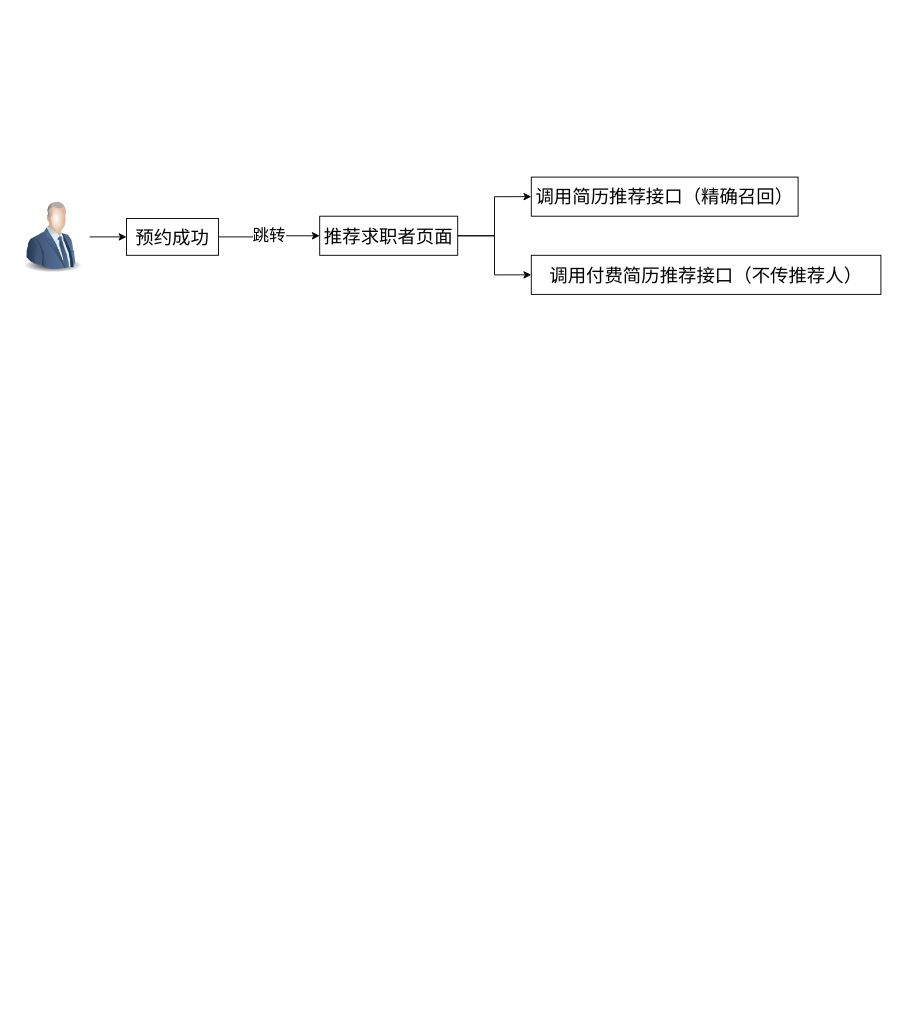
Earlier version of the draw.io diagram 预约成功推荐简历.drawio (LuOyEbY/draw-b). Source tidied: cells renumbered, new cells numbered last; positions are measured from the earlier drawing's top-left corner, leaving out a move shared by most shapes. Both pictures are drawn from the tidied source at 92%, with x=0, y=0 at pixel (16, 177).
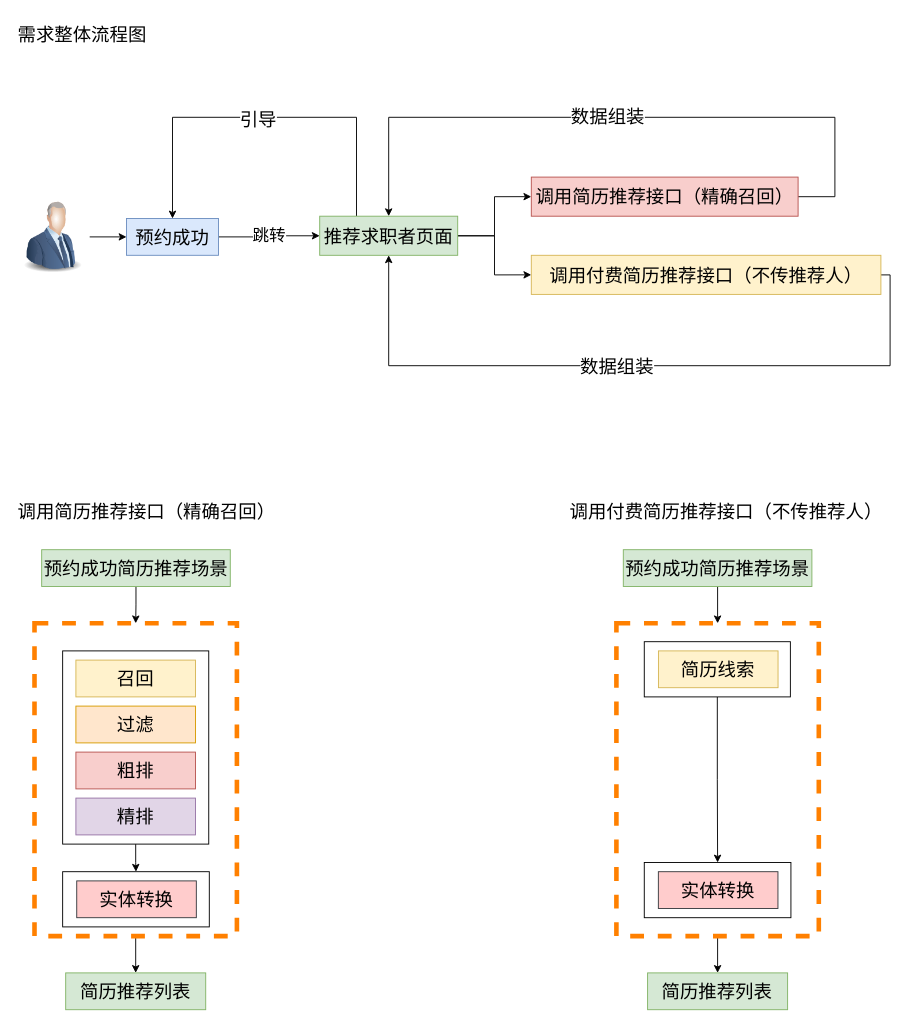
After the change.

Commit message:
更新预约成功推荐简历.drawio

Diff of the diagram source:
```diff
@@
-    <mxCell id="5" value="预约成功" style="whiteSpace=wrap;html=1;verticalAlign=middle;labelBackgroundColor=default;align=center;fontSize=20;" parent="1" vertex="1">
+    <mxCell id="5" value="预约成功" style="whiteSpace=wrap;html=1;verticalAlign=middle;labelBackgroundColor=none;align=center;fontSize=20;fillColor=#dae8fc;strokeColor=#6c8ebf;" parent="1" vertex="1">
       <mxGeometry x="120" y="45" width="100" height="40" as="geometry" />
     </mxCell>
@@
+    <mxCell id="11" style="edgeStyle=orthogonalEdgeStyle;rounded=0;jettySize=auto;html=1;entryX=0.5;entryY=0;entryDx=0;entryDy=0;" parent="1" edge="1" source="8" target="5">
+      <mxGeometry relative="1" as="geometry">
+        <Array as="points">
+          <mxPoint x="370" y="-65" />
+          <mxPoint x="170" y="-65" />
+        </Array>
+      </mxGeometry>
+    </mxCell>
+    <mxCell id="12" value="引导" style="edgeLabel;html=1;align=center;verticalAlign=middle;fontSize=20;" parent="11" vertex="1">
+      <mxGeometry x="0.03" y="1" relative="1" as="geometry" />
+    </mxCell>
-    <mxCell id="8" value="推荐求职者页面" style="whiteSpace=wrap;html=1;verticalAlign=middle;labelBackgroundColor=default;align=center;fontSize=20;" parent="1" vertex="1">
+    <mxCell id="8" value="推荐求职者页面" style="whiteSpace=wrap;html=1;verticalAlign=middle;labelBackgroundColor=none;align=center;fontSize=20;fillColor=#d5e8d4;strokeColor=#82b366;" parent="1" vertex="1">
       <mxGeometry x="330" y="42.5" width="150" height="42.5" as="geometry" />
     </mxCell>
+    <mxCell id="13" style="edgeStyle=orthogonalEdgeStyle;rounded=0;jettySize=auto;html=1;entryX=0.5;entryY=0;entryDx=0;entryDy=0;" parent="1" edge="1" source="9" target="8">
+      <mxGeometry relative="1" as="geometry">
+        <Array as="points">
+          <mxPoint x="890" y="21" />
+          <mxPoint x="890" y="-65" />
+          <mxPoint x="405" y="-65" />
+        </Array>
+      </mxGeometry>
+    </mxCell>
+    <mxCell id="14" value="数据组装" style="edgeLabel;html=1;align=center;verticalAlign=middle;fontSize=20;" parent="13" vertex="1">
+      <mxGeometry x="0.04" y="-2" relative="1" as="geometry" />
+    </mxCell>
-    <mxCell id="9" value="调用简历推荐接口（精确召回）" style="whiteSpace=wrap;html=1;verticalAlign=middle;labelBackgroundColor=default;align=center;fontSize=20;" parent="1" vertex="1">
+    <mxCell id="9" value="调用简历推荐接口（精确召回）" style="whiteSpace=wrap;html=1;verticalAlign=middle;labelBackgroundColor=none;align=center;fontSize=20;fillColor=#f8cecc;strokeColor=#b85450;" parent="1" vertex="1">
       <mxGeometry x="560" width="290" height="42.5" as="geometry" />
     </mxCell>
+    <mxCell id="15" style="edgeStyle=orthogonalEdgeStyle;rounded=0;jettySize=auto;html=1;entryX=0.5;entryY=1;entryDx=0;entryDy=0;" parent="1" edge="1" source="10" target="8">
+      <mxGeometry relative="1" as="geometry">
+        <Array as="points">
+          <mxPoint x="950" y="106" />
+          <mxPoint x="950" y="205" />
+          <mxPoint x="405" y="205" />
+        </Array>
+      </mxGeometry>
+    </mxCell>
+    <mxCell id="16" value="数据组装" style="edgeLabel;html=1;align=center;verticalAlign=middle;fontSize=20;" parent="15" vertex="1">
+      <mxGeometry x="0.05" y="-1" relative="1" as="geometry" />
+    </mxCell>
-    <mxCell id="10" value="调用付费简历推荐接口（不传推荐人）" style="whiteSpace=wrap;html=1;verticalAlign=middle;labelBackgroundColor=default;align=center;fontSize=20;" parent="1" vertex="1">
+    <mxCell id="10" value="调用付费简历推荐接口（不传推荐人）" style="whiteSpace=wrap;html=1;verticalAlign=middle;labelBackgroundColor=none;align=center;fontSize=20;fillColor=#fff2cc;strokeColor=#d6b656;" parent="1" vertex="1">
       <mxGeometry x="560" y="85" width="380" height="42.5" as="geometry" />
     </mxCell>
+    <mxCell id="17" value="需求整体流程图" style="text;html=1;align=left;verticalAlign=middle;strokeColor=none;fillColor=none;fontSize=20;" parent="1" vertex="1">
+      <mxGeometry y="-175" width="160" height="40" as="geometry" />
+    </mxCell>
+    <mxCell id="18" value="&lt;span style=&quot;color: rgb(0, 0, 0); font-family: Helvetica; font-size: 20px; font-style: normal; font-variant-ligatures: normal; font-variant-caps: normal; font-weight: 400; letter-spacing: normal; orphans: 2; text-align: center; text-indent: 0px; text-transform: none; widows: 2; word-spacing: 0px; -webkit-text-stroke-width: 0px; white-space: normal; background-color: rgb(255, 255, 255); text-decoration-thickness: initial; text-decoration-style: initial; text-decoration-color: initial; display: inline !important; float: none;&quot;&gt;调用简历推荐接口（精确召回）&lt;/span&gt;" style="text;whiteSpace=wrap;html=1;" parent="1" vertex="1">
+      <mxGeometry y="345" width="310" height="40" as="geometry" />
+    </mxCell>
+    <mxCell id="19" value="&lt;span style=&quot;color: rgb(0, 0, 0); font-family: Helvetica; font-size: 20px; font-style: normal; font-variant-ligatures: normal; font-variant-caps: normal; font-weight: 400; letter-spacing: normal; orphans: 2; text-align: center; text-indent: 0px; text-transform: none; widows: 2; word-spacing: 0px; -webkit-text-stroke-width: 0px; white-space: normal; background-color: rgb(255, 255, 255); text-decoration-thickness: initial; text-decoration-style: initial; text-decoration-color: initial; display: inline !important; float: none;&quot;&gt;调用付费简历推荐接口（不传推荐人）&lt;/span&gt;" style="text;whiteSpace=wrap;html=1;" parent="1" vertex="1">
+      <mxGeometry x="600" y="345" width="350" height="40" as="geometry" />
+    </mxCell>
+    <mxCell id="20" style="edgeStyle=orthogonalEdgeStyle;rounded=0;jettySize=auto;html=1;entryX=0.5;entryY=0;entryDx=0;entryDy=0;" parent="1" edge="1" source="21" target="32">
+      <mxGeometry relative="1" as="geometry" />
+    </mxCell>
+    <mxCell id="21" style="rounded=0;whiteSpace=wrap;html=1;fontSize=20;dashed=1;strokeWidth=5;strokeColor=#FF8000;" parent="1" vertex="1">
+      <mxGeometry x="20" y="485" width="220" height="340" as="geometry" />
+    </mxCell>
+    <mxCell id="22" style="edgeStyle=orthogonalEdgeStyle;rounded=0;jettySize=auto;html=1;entryX=0.5;entryY=0;entryDx=0;entryDy=0;" parent="1" edge="1" source="23" target="28">
+      <mxGeometry relative="1" as="geometry" />
+    </mxCell>
+    <mxCell id="23" style="rounded=0;whiteSpace=wrap;html=1;fontSize=20;" parent="1" vertex="1">
+      <mxGeometry x="50.6" y="515" width="158.8" height="210" as="geometry" />
+    </mxCell>
+    <mxCell id="24" value="召回" style="rounded=0;whiteSpace=wrap;html=1;fontSize=20;fillColor=#fff2cc;strokeColor=#d6b656;" parent="1" vertex="1">
+      <mxGeometry x="65" y="525" width="130" height="40" as="geometry" />
+    </mxCell>
+    <mxCell id="25" value="过滤" style="rounded=0;whiteSpace=wrap;html=1;fontSize=20;fillColor=#ffe6cc;strokeColor=#d79b00;" parent="1" vertex="1">
+      <mxGeometry x="65" y="575" width="130" height="40" as="geometry" />
+    </mxCell>
+    <mxCell id="26" value="粗排" style="rounded=0;whiteSpace=wrap;html=1;fontSize=20;fillColor=#f8cecc;strokeColor=#b85450;" parent="1" vertex="1">
+      <mxGeometry x="65" y="625" width="130" height="40" as="geometry" />
+    </mxCell>
+    <mxCell id="27" value="精排" style="rounded=0;whiteSpace=wrap;html=1;fontSize=20;fillColor=#e1d5e7;strokeColor=#9673a6;" parent="1" vertex="1">
+      <mxGeometry x="65" y="675" width="130" height="40" as="geometry" />
+    </mxCell>
+    <mxCell id="28" style="rounded=0;whiteSpace=wrap;html=1;fontSize=20;" parent="1" vertex="1">
+      <mxGeometry x="50.6" y="755" width="159.4" height="60" as="geometry" />
+    </mxCell>
+    <mxCell id="29" value="实体转换" style="rounded=0;whiteSpace=wrap;html=1;fontSize=20;fillColor=#ffcccc;strokeColor=#36393d;" parent="1" vertex="1">
+      <mxGeometry x="65.9" y="765" width="130" height="40" as="geometry" />
+    </mxCell>
+    <mxCell id="30" style="edgeStyle=orthogonalEdgeStyle;rounded=0;jettySize=auto;html=1;" parent="1" edge="1" source="31" target="21">
+      <mxGeometry relative="1" as="geometry" />
+    </mxCell>
+    <mxCell id="31" value="预约成功简历推荐场景" style="rounded=0;whiteSpace=wrap;html=1;fontSize=20;fillColor=#d5e8d4;strokeColor=#82b366;" parent="1" vertex="1">
+      <mxGeometry x="27.8" y="405" width="205" height="40" as="geometry" />
+    </mxCell>
+    <mxCell id="32" value="简历推荐列表" style="rounded=0;whiteSpace=wrap;html=1;fontSize=20;fillColor=#d5e8d4;strokeColor=#82b366;" parent="1" vertex="1">
+      <mxGeometry x="53.9" y="865" width="152.2" height="40" as="geometry" />
+    </mxCell>
+    <mxCell id="33" style="edgeStyle=orthogonalEdgeStyle;rounded=0;jettySize=auto;html=1;entryX=0.5;entryY=0;entryDx=0;entryDy=0;" parent="1" edge="1" source="34" target="36">
+      <mxGeometry relative="1" as="geometry" />
+    </mxCell>
+    <mxCell id="34" value="预约成功简历推荐场景" style="rounded=0;whiteSpace=wrap;html=1;fontSize=20;fillColor=#d5e8d4;strokeColor=#82b366;" parent="1" vertex="1">
+      <mxGeometry x="660" y="405" width="205" height="40" as="geometry" />
+    </mxCell>
+    <mxCell id="35" style="edgeStyle=orthogonalEdgeStyle;rounded=0;jettySize=auto;html=1;entryX=0.5;entryY=0;entryDx=0;entryDy=0;" parent="1" edge="1" source="36" target="37">
+      <mxGeometry relative="1" as="geometry" />
+    </mxCell>
+    <mxCell id="36" style="rounded=0;whiteSpace=wrap;html=1;fontSize=20;dashed=1;strokeWidth=5;strokeColor=#FF8000;" parent="1" vertex="1">
+      <mxGeometry x="652.5" y="485" width="220" height="340" as="geometry" />
+    </mxCell>
+    <mxCell id="37" value="简历推荐列表" style="rounded=0;whiteSpace=wrap;html=1;fontSize=20;fillColor=#d5e8d4;strokeColor=#82b366;" parent="1" vertex="1">
+      <mxGeometry x="686.4" y="865" width="152.2" height="40" as="geometry" />
+    </mxCell>
+    <mxCell id="38" style="edgeStyle=orthogonalEdgeStyle;rounded=0;jettySize=auto;html=1;entryX=0.5;entryY=0;entryDx=0;entryDy=0;" parent="1" edge="1" source="39" target="41">
+      <mxGeometry relative="1" as="geometry" />
+    </mxCell>
+    <mxCell id="39" style="rounded=0;whiteSpace=wrap;html=1;fontSize=20;" parent="1" vertex="1">
+      <mxGeometry x="682.8" y="505" width="158.8" height="60" as="geometry" />
+    </mxCell>
+    <mxCell id="40" value="简历线索" style="rounded=0;whiteSpace=wrap;html=1;fontSize=20;fillColor=#fff2cc;strokeColor=#d6b656;" parent="1" vertex="1">
+      <mxGeometry x="698.2" y="515" width="130" height="40" as="geometry" />
+    </mxCell>
+    <mxCell id="41" style="rounded=0;whiteSpace=wrap;html=1;fontSize=20;" parent="1" vertex="1">
+      <mxGeometry x="682.8" y="745" width="159.4" height="60" as="geometry" />
+    </mxCell>
+    <mxCell id="42" value="实体转换" style="rounded=0;whiteSpace=wrap;html=1;fontSize=20;fillColor=#ffcccc;strokeColor=#36393d;" parent="1" vertex="1">
+      <mxGeometry x="698.1" y="755" width="130" height="40" as="geometry" />
+    </mxCell>
```
